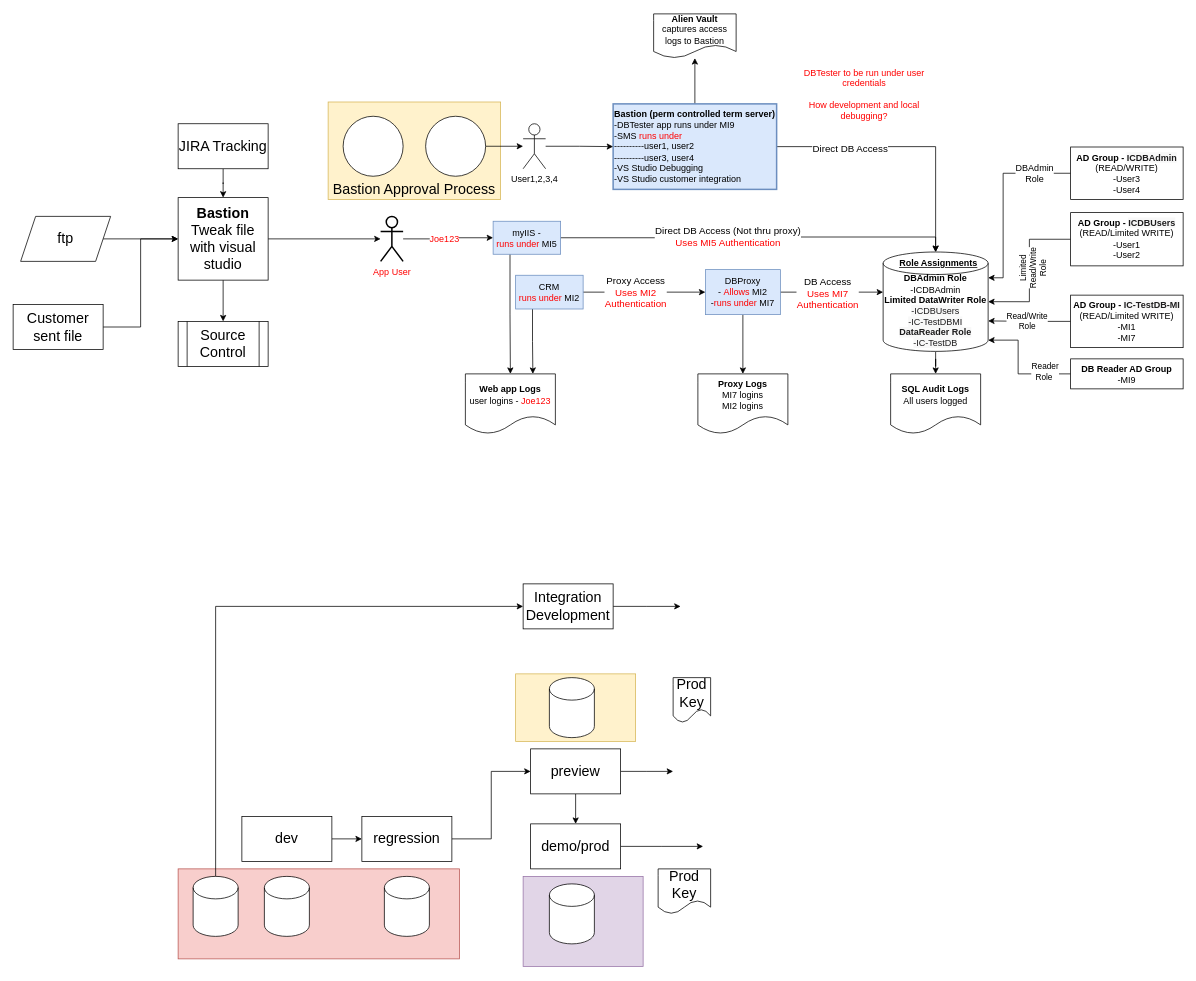
Before: Untitled Diagram.drawio in vjavle/invoicecloud, a draw.io diagram. Source tidied: cells renumbered, new cells numbered last; positions are measured from the earlier drawing's top-left corner, leaving out a move shared by most shapes. Both pictures are drawn from the tidied source at 75%, with x=0, y=0 at pixel (13, 14).
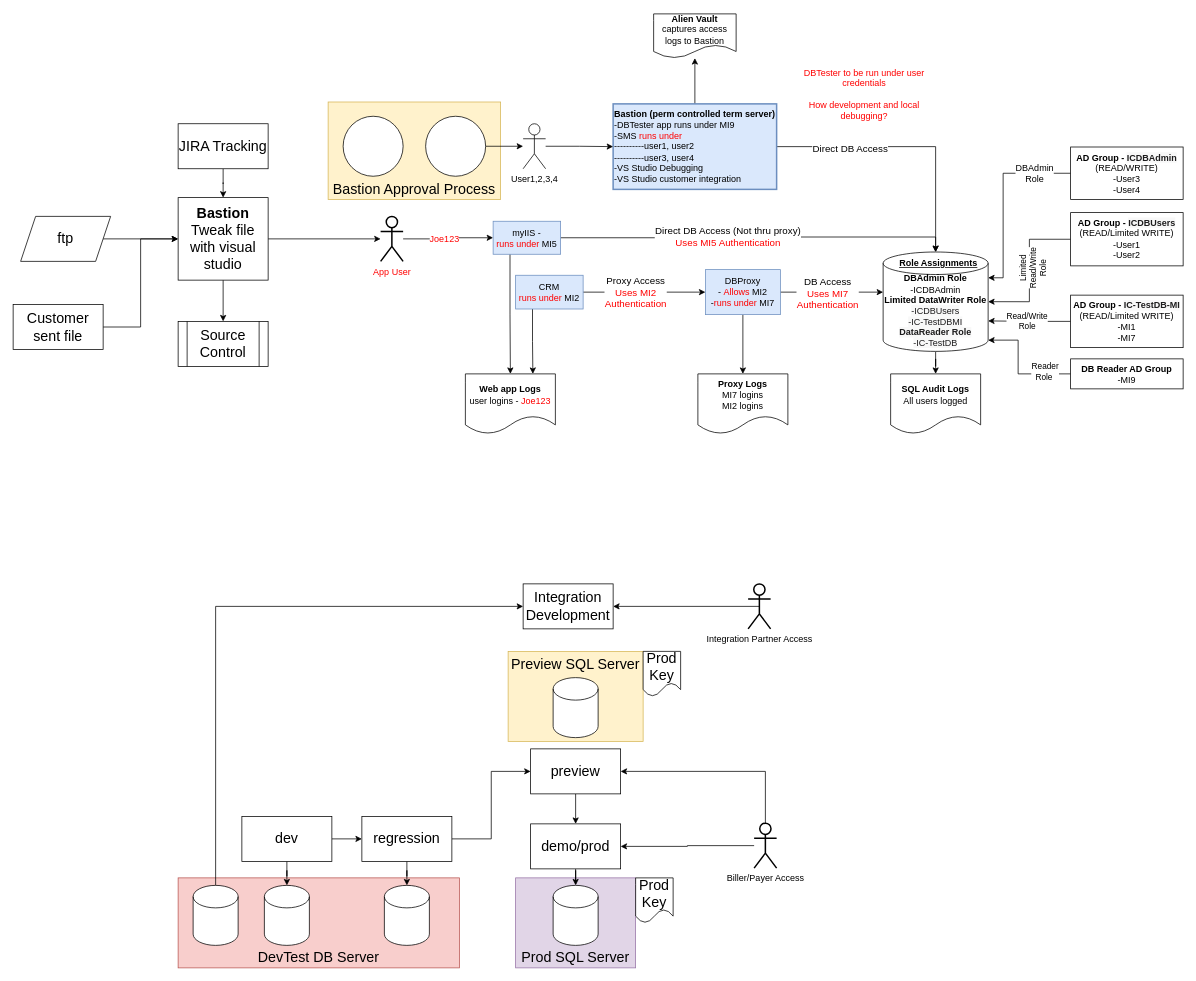
The same diagram, later.

The change refers to these unchanged cells:
```xml
<mxCell id="55" value="dev" style="rounded=0;whiteSpace=wrap;html=1;fontSize=19;fontColor=#000000;" parent="1" vertex="1">
  <mxGeometry x="305" y="1070" width="120" height="60" as="geometry" />
</mxCell>
<mxCell id="57" value="regression" style="rounded=0;whiteSpace=wrap;html=1;fontSize=19;fontColor=#000000;" parent="1" vertex="1">
  <mxGeometry x="465" y="1070" width="120" height="60" as="geometry" />
</mxCell>
<mxCell id="60" value="preview" style="rounded=0;whiteSpace=wrap;html=1;fontSize=19;fontColor=#000000;" parent="1" vertex="1">
  <mxGeometry x="690" y="980" width="120" height="60" as="geometry" />
</mxCell>
<mxCell id="62" value="demo/prod" style="rounded=0;whiteSpace=wrap;html=1;fontSize=19;fontColor=#000000;" parent="1" vertex="1">
  <mxGeometry x="690" y="1080" width="120" height="60" as="geometry" />
</mxCell>
<mxCell id="70" value="Integration Development" style="rounded=0;whiteSpace=wrap;html=1;fontSize=19;fontColor=#000000;" parent="1" vertex="1">
  <mxGeometry x="680" y="760" width="120" height="60" as="geometry" />
</mxCell>
```

Change to the diagram source:
```diff
@@
-    <mxCell id="2" style="rounded=0;whiteSpace=wrap;html=1;fontSize=19;fillColor=#fff2cc;strokeColor=#d6b656;" parent="1" vertex="1">
-      <mxGeometry x="670" y="880" width="160" height="90" as="geometry" />
+    <mxCell id="2" value="Preview SQL Server" style="rounded=0;whiteSpace=wrap;html=1;fontSize=19;fillColor=#fff2cc;strokeColor=#d6b656;verticalAlign=top;" parent="1" vertex="1">
+      <mxGeometry x="660" y="850" width="180" height="120" as="geometry" />
     </mxCell>
-    <mxCell id="3" style="rounded=0;whiteSpace=wrap;html=1;fontSize=19;fillColor=#e1d5e7;strokeColor=#9673a6;" parent="1" vertex="1">
-      <mxGeometry x="680" y="1150" width="160" height="120" as="geometry" />
+    <mxCell id="3" value="Prod SQL Server" style="rounded=0;whiteSpace=wrap;html=1;fontSize=19;fillColor=#e1d5e7;strokeColor=#9673a6;verticalAlign=bottom;" parent="1" vertex="1">
+      <mxGeometry x="670" y="1152" width="160" height="120" as="geometry" />
     </mxCell>
-    <mxCell id="4" style="rounded=0;whiteSpace=wrap;html=1;fontSize=19;fillColor=#f8cecc;strokeColor=#b85450;" parent="1" vertex="1">
-      <mxGeometry x="220" y="1140" width="375" height="120" as="geometry" />
+    <mxCell id="4" value="DevTest DB Server" style="rounded=0;whiteSpace=wrap;html=1;fontSize=19;fillColor=#f8cecc;strokeColor=#b85450;verticalAlign=bottom;" parent="1" vertex="1">
+      <mxGeometry x="220" y="1152" width="375" height="120" as="geometry" />
     </mxCell>
@@
+    <mxCell id="79" style="edgeStyle=orthogonalEdgeStyle;rounded=0;jettySize=auto;html=1;fontFamily=Helvetica;fontSize=12;fontColor=#000000;startArrow=none;startFill=0;endArrow=classic;endFill=1;" parent="1" edge="1" source="55" target="66">
+      <mxGeometry relative="1" as="geometry" />
+    </mxCell>
@@
+    <mxCell id="80" style="edgeStyle=orthogonalEdgeStyle;rounded=0;jettySize=auto;html=1;fontFamily=Helvetica;fontSize=12;fontColor=#000000;startArrow=none;startFill=0;endArrow=classic;endFill=1;" parent="1" edge="1" source="57" target="65">
+      <mxGeometry relative="1" as="geometry" />
+    </mxCell>
@@
-    <mxCell id="59" style="edgeStyle=orthogonalEdgeStyle;rounded=0;jettySize=auto;html=1;fontSize=19;fontColor=#000000;startArrow=none;startFill=0;endArrow=classic;endFill=1;" parent="1" edge="1" source="60">
-      <mxGeometry relative="1" as="geometry">
-        <mxPoint x="880" y="1010" as="targetPoint" />
-      </mxGeometry>
+    <mxCell id="59" style="edgeStyle=orthogonalEdgeStyle;rounded=0;jettySize=auto;html=1;fontSize=19;fontColor=#000000;startArrow=classic;startFill=1;endArrow=none;endFill=0;entryX=0.5;entryY=0;entryDx=0;entryDy=0;entryPerimeter=0;" parent="1" edge="1" source="60" target="82">
+      <mxGeometry relative="1" as="geometry" />
     </mxCell>
@@
-    <mxCell id="61" style="edgeStyle=orthogonalEdgeStyle;rounded=0;jettySize=auto;html=1;fontSize=19;fontColor=#000000;startArrow=none;startFill=0;endArrow=classic;endFill=1;" parent="1" edge="1" source="62">
-      <mxGeometry relative="1" as="geometry">
-        <mxPoint x="920" y="1110" as="targetPoint" />
-      </mxGeometry>
+    <mxCell id="61" style="edgeStyle=orthogonalEdgeStyle;rounded=0;jettySize=auto;html=1;fontSize=19;fontColor=#000000;startArrow=classic;startFill=1;endArrow=none;endFill=0;" parent="1" edge="1" source="62" target="82">
+      <mxGeometry relative="1" as="geometry" />
     </mxCell>
+    <mxCell id="81" style="edgeStyle=orthogonalEdgeStyle;rounded=0;jettySize=auto;html=1;fontFamily=Helvetica;fontSize=12;fontColor=#000000;startArrow=none;startFill=0;endArrow=classic;endFill=1;" parent="1" edge="1" source="62" target="64">
+      <mxGeometry relative="1" as="geometry" />
+    </mxCell>
@@
     <mxCell id="63" style="shape=cylinder3;whiteSpace=wrap;html=1;boundedLbl=1;backgroundOutline=1;size=15;fontSize=19;fontColor=#000000;" parent="1" vertex="1">
-      <mxGeometry x="715" y="885" width="60" height="80" as="geometry" />
+      <mxGeometry x="720" y="885" width="60" height="80" as="geometry" />
     </mxCell>
     <mxCell id="64" style="shape=cylinder3;whiteSpace=wrap;html=1;boundedLbl=1;backgroundOutline=1;size=15;fontSize=19;fontColor=#000000;" parent="1" vertex="1">
-      <mxGeometry x="715" y="1160" width="60" height="80" as="geometry" />
+      <mxGeometry x="720" y="1162" width="60" height="80" as="geometry" />
     </mxCell>
     <mxCell id="65" style="shape=cylinder3;whiteSpace=wrap;html=1;boundedLbl=1;backgroundOutline=1;size=15;fontSize=19;fontColor=#000000;" parent="1" vertex="1">
-      <mxGeometry x="495" y="1150" width="60" height="80" as="geometry" />
+      <mxGeometry x="495" y="1162" width="60" height="80" as="geometry" />
     </mxCell>
     <mxCell id="66" style="shape=cylinder3;whiteSpace=wrap;html=1;boundedLbl=1;backgroundOutline=1;size=15;fontSize=19;fontColor=#000000;" parent="1" vertex="1">
-      <mxGeometry x="335" y="1150" width="60" height="80" as="geometry" />
+      <mxGeometry x="335" y="1162" width="60" height="80" as="geometry" />
     </mxCell>
     <mxCell id="67" value="Prod Key" style="shape=document;whiteSpace=wrap;html=1;boundedLbl=1;fontSize=19;fontColor=#000000;" parent="1" vertex="1">
-      <mxGeometry x="860" y="1140" width="70" height="60" as="geometry" />
+      <mxGeometry x="830" y="1152" width="50" height="60" as="geometry" />
     </mxCell>
-    <mxCell id="68" value="Prod Key" style="shape=document;whiteSpace=wrap;html=1;boundedLbl=1;fontSize=19;fontColor=#000000;" parent="1" vertex="1">
-      <mxGeometry x="880" y="885" width="50" height="60" as="geometry" />
-    </mxCell>
-    <mxCell id="69" style="edgeStyle=orthogonalEdgeStyle;rounded=0;jettySize=auto;html=1;fontSize=19;fontColor=#000000;startArrow=none;startFill=0;endArrow=classic;endFill=1;" parent="1" edge="1" source="70">
-      <mxGeometry relative="1" as="geometry">
-        <mxPoint x="890" y="790" as="targetPoint" />
-      </mxGeometry>
+    <mxCell id="69" style="edgeStyle=orthogonalEdgeStyle;rounded=0;jettySize=auto;html=1;fontSize=19;fontColor=#000000;startArrow=classic;startFill=1;endArrow=none;endFill=0;entryX=0.5;entryY=0.5;entryDx=0;entryDy=0;entryPerimeter=0;" parent="1" edge="1" source="70" target="83">
+      <mxGeometry relative="1" as="geometry" />
     </mxCell>
@@
     <mxCell id="72" style="shape=cylinder3;whiteSpace=wrap;html=1;boundedLbl=1;backgroundOutline=1;size=15;fontSize=19;fontColor=#000000;" parent="1" vertex="1">
-      <mxGeometry x="240" y="1150" width="60" height="80" as="geometry" />
+      <mxGeometry x="240" y="1162" width="60" height="80" as="geometry" />
     </mxCell>
@@
+    <mxCell id="68" value="Prod Key" style="shape=document;whiteSpace=wrap;html=1;boundedLbl=1;fontSize=19;fontColor=#000000;" parent="1" vertex="1">
+      <mxGeometry x="840" y="850" width="50" height="60" as="geometry" />
+    </mxCell>
+    <mxCell id="82" value="Biller/Payer Access" style="shape=umlActor;verticalLabelPosition=bottom;verticalAlign=top;html=1;outlineConnect=0;fontFamily=Helvetica;fontSize=12;fontColor=#000000;strokeWidth=2;" parent="1" vertex="1">
+      <mxGeometry x="988" y="1079" width="30" height="60" as="geometry" />
+    </mxCell>
+    <mxCell id="83" value="Integration Partner Access" style="shape=umlActor;verticalLabelPosition=bottom;verticalAlign=top;html=1;outlineConnect=0;fontFamily=Helvetica;fontSize=12;fontColor=#000000;strokeWidth=2;" parent="1" vertex="1">
+      <mxGeometry x="980" y="760" width="30" height="60" as="geometry" />
+    </mxCell>
```
